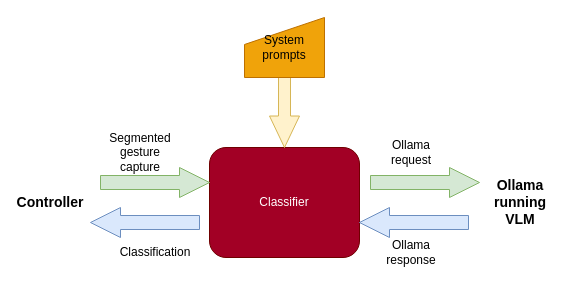
The draw.io diagram classifier.drawio in GreatSharky/CoHSCI, before the edit. Source tidied: cells renumbered, new cells numbered last; positions are measured from the earlier drawing's top-left corner, leaving out a move shared by most shapes. Both pictures are drawn from the tidied source at 100%, with x=0, y=0 at pixel (20, 17).
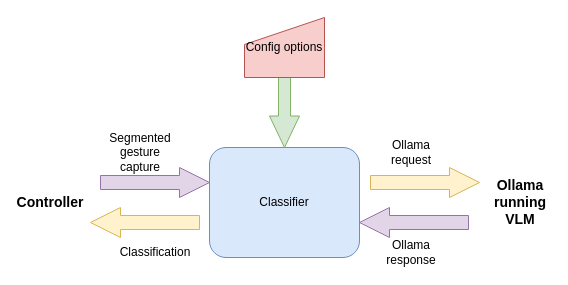
Above is the later version.

Diff of the diagram source:
```diff
@@
 <mxGraphModel>
   <root>
     <mxCell id="0" />
     <mxCell id="1" parent="0" />
-    <mxCell id="2" value="Classifier" style="rounded=1;whiteSpace=wrap;html=1;fillColor=#a20025;fontColor=#ffffff;strokeColor=#6F0000;" parent="1" vertex="1">
+    <mxCell id="2" value="Classifier" style="rounded=1;whiteSpace=wrap;html=1;fillColor=#dae8fc;strokeColor=#6c8ebf;" parent="1" vertex="1">
       <mxGeometry x="189" y="130" width="150" height="110" as="geometry" />
     </mxCell>
     <mxCell id="3" value="Controller" style="text;html=1;whiteSpace=wrap;strokeColor=none;fillColor=none;align=center;verticalAlign=middle;rounded=0;fontSize=14;fontStyle=1;" parent="1" vertex="1">
       <mxGeometry y="170" width="60" height="30" as="geometry" />
     </mxCell>
     <mxCell id="4" value="Segmented gesture&lt;div&gt;capture&lt;/div&gt;" style="text;html=1;whiteSpace=wrap;strokeColor=none;fillColor=none;align=center;verticalAlign=middle;rounded=0;" parent="1" vertex="1">
       <mxGeometry x="90" y="120" width="60" height="30" as="geometry" />
     </mxCell>
-    <mxCell id="5" style="shape=singleArrow;whiteSpace=wrap;html=1;arrowWidth=0.4;arrowSize=0.35;rotation=90;fillColor=#fff2cc;strokeColor=#d6b656;" parent="1" vertex="1">
+    <mxCell id="5" style="shape=singleArrow;whiteSpace=wrap;html=1;arrowWidth=0.4;arrowSize=0.35;rotation=90;fillColor=#d5e8d4;strokeColor=#82b366;" parent="1" vertex="1">
       <mxGeometry x="219" y="70" width="90" height="30" as="geometry" />
     </mxCell>
     <mxCell id="6" value="Ollama request" style="text;html=1;whiteSpace=wrap;strokeColor=none;fillColor=none;align=center;verticalAlign=middle;rounded=0;" parent="1" vertex="1">
       <mxGeometry x="361" y="120" width="60" height="30" as="geometry" />
     </mxCell>
-    <mxCell id="7" value="System prompts" style="shape=manualInput;whiteSpace=wrap;html=1;size=27;fillColor=#f0a30a;fontColor=#000000;strokeColor=#BD7000;" parent="1" vertex="1">
+    <mxCell id="7" value="Config options" style="shape=manualInput;whiteSpace=wrap;html=1;size=27;fillColor=#f8cecc;strokeColor=#b85450;" parent="1" vertex="1">
       <mxGeometry x="224" width="80" height="60" as="geometry" />
     </mxCell>
-    <mxCell id="8" style="shape=singleArrow;whiteSpace=wrap;html=1;arrowWidth=0.4666666666666667;arrowSize=0.27522935779816515;fillColor=#d5e8d4;strokeColor=#82b366;" parent="1" vertex="1">
+    <mxCell id="8" style="shape=singleArrow;whiteSpace=wrap;html=1;arrowWidth=0.4666666666666667;arrowSize=0.27522935779816515;fillColor=#e1d5e7;strokeColor=#9673a6;" parent="1" vertex="1">
       <mxGeometry x="80" y="150" width="109" height="30" as="geometry" />
     </mxCell>
-    <mxCell id="9" style="shape=singleArrow;whiteSpace=wrap;html=1;arrowWidth=0.4666666666666667;arrowSize=0.27522935779816515;fillColor=#d5e8d4;strokeColor=#82b366;" parent="1" vertex="1">
+    <mxCell id="9" style="shape=singleArrow;whiteSpace=wrap;html=1;arrowWidth=0.4666666666666667;arrowSize=0.27522935779816515;fillColor=#fff2cc;strokeColor=#d6b656;" parent="1" vertex="1">
       <mxGeometry x="350" y="150" width="109" height="30" as="geometry" />
     </mxCell>
-    <mxCell id="10" style="shape=singleArrow;whiteSpace=wrap;html=1;arrowWidth=0.4666666666666667;arrowSize=0.27522935779816515;fillColor=#dae8fc;strokeColor=#6c8ebf;rotation=-180;" parent="1" vertex="1">
+    <mxCell id="10" style="shape=singleArrow;whiteSpace=wrap;html=1;arrowWidth=0.4666666666666667;arrowSize=0.27522935779816515;fillColor=#e1d5e7;strokeColor=#9673a6;rotation=-180;" parent="1" vertex="1">
       <mxGeometry x="339" y="190" width="109" height="30" as="geometry" />
     </mxCell>
     <mxCell id="11" value="Classification" style="text;html=1;whiteSpace=wrap;strokeColor=none;fillColor=none;align=center;verticalAlign=middle;rounded=0;" parent="1" vertex="1">
       <mxGeometry x="104.5" y="220" width="60" height="30" as="geometry" />
     </mxCell>
     <mxCell id="12" value="Ollama running VLM" style="text;html=1;whiteSpace=wrap;strokeColor=none;fillColor=none;align=center;verticalAlign=middle;rounded=0;fontSize=14;fontStyle=1;" parent="1" vertex="1">
       <mxGeometry x="470" y="170" width="60" height="30" as="geometry" />
     </mxCell>
     <mxCell id="13" value="Ollama response" style="text;html=1;whiteSpace=wrap;strokeColor=none;fillColor=none;align=center;verticalAlign=middle;rounded=0;" parent="1" vertex="1">
       <mxGeometry x="361" y="220" width="60" height="30" as="geometry" />
     </mxCell>
-    <mxCell id="14" style="shape=singleArrow;whiteSpace=wrap;html=1;arrowWidth=0.4666666666666667;arrowSize=0.27522935779816515;fillColor=#dae8fc;strokeColor=#6c8ebf;rotation=-180;" parent="1" vertex="1">
+    <mxCell id="14" style="shape=singleArrow;whiteSpace=wrap;html=1;arrowWidth=0.4666666666666667;arrowSize=0.27522935779816515;fillColor=#fff2cc;strokeColor=#d6b656;rotation=-180;" parent="1" vertex="1">
       <mxGeometry x="70" y="190" width="109" height="30" as="geometry" />
     </mxCell>
   </root>
 </mxGraphModel>
```
